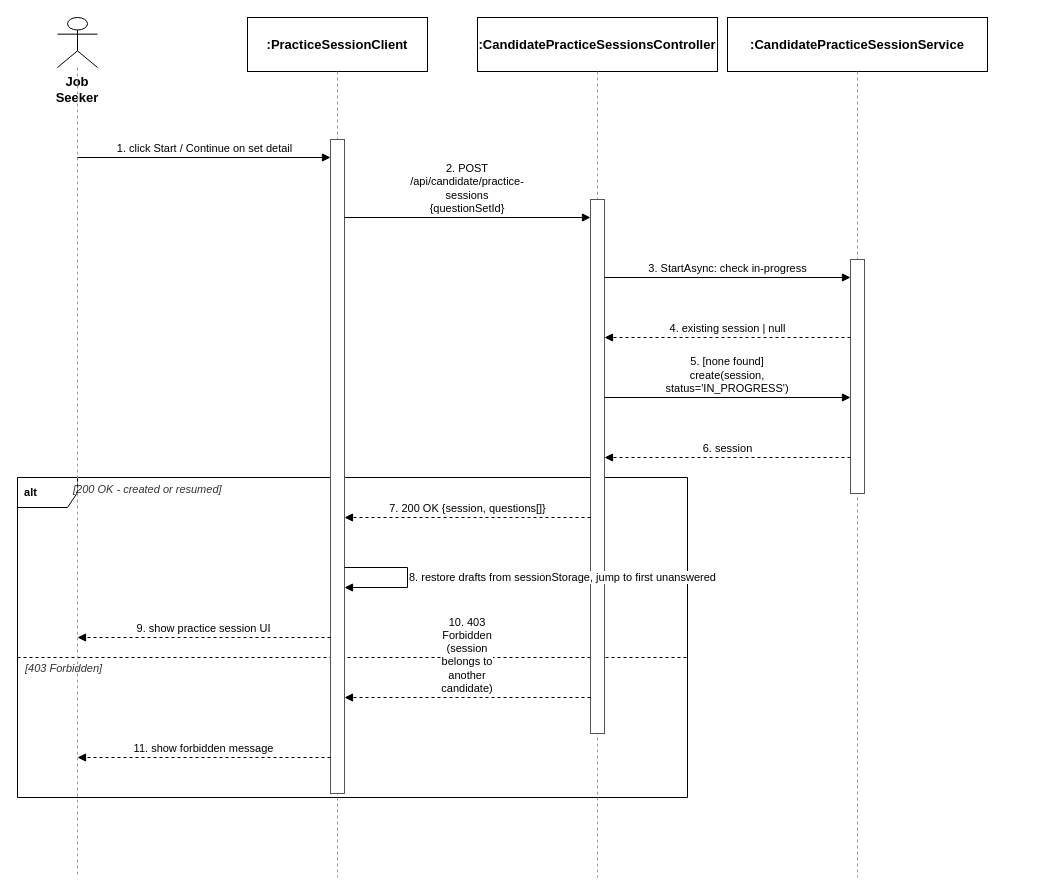
Above: docs/qa/Tu_SequenceDiagram/05_Start_Practice_Session.drawio in tulklk/AI_Interview_Question_Generation_RAG_LLM_FE (draw.io), before the change. Source tidied: cells renumbered, new cells numbered last; positions are measured from the earlier drawing's top-left corner, leaving out a move shared by most shapes. Both pictures are drawn from the tidied source at 100%, with x=0, y=0 at pixel (17, 17).
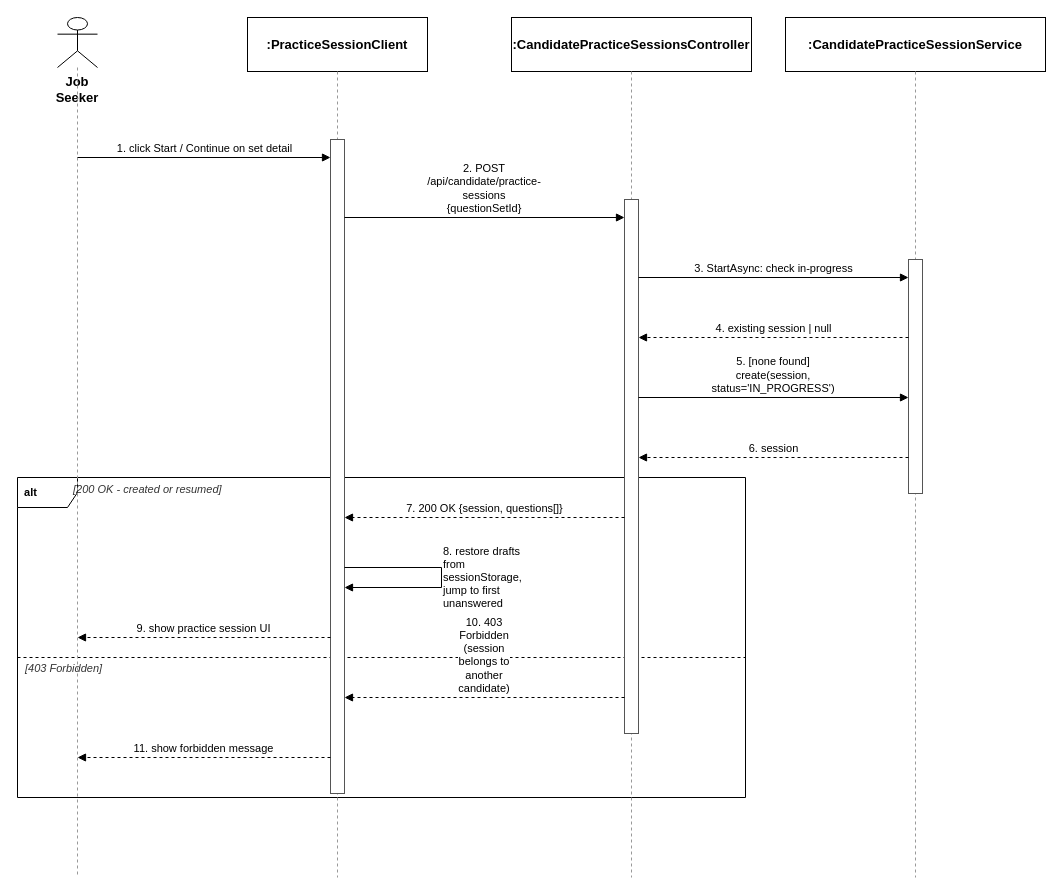
Above is the later version.

The edit, as a diff of the source:
```diff
@@
     <mxCell id="2" value="&lt;b&gt;&amp;nbsp;alt&amp;nbsp;&lt;/b&gt;" style="shape=umlFrame;whiteSpace=wrap;html=1;align=left;verticalAlign=top;fontSize=11;spacingLeft=2;spacingTop=2;strokeColor=#000000;fillColor=none;" parent="1" vertex="1">
-      <mxGeometry y="460" width="670" height="320" as="geometry" />
+      <mxGeometry y="460" width="728" height="320" as="geometry" />
     </mxCell>
     <mxCell id="3" value="[200 OK - created or resumed]" style="text;html=1;align=left;verticalAlign=middle;fontSize=11;fontColor=#333333;fontStyle=2;" parent="1" vertex="1">
-      <mxGeometry x="54" y="462" width="610" height="20" as="geometry" />
+      <mxGeometry x="54" y="462" width="668" height="20" as="geometry" />
     </mxCell>
     <mxCell id="4" style="endArrow=none;dashed=1;html=1;strokeColor=#000000;" parent="1" edge="1">
       <mxGeometry relative="1" as="geometry">
         <mxPoint y="640" as="sourcePoint" />
-        <mxPoint x="670" y="640" as="targetPoint" />
+        <mxPoint x="728" y="640" as="targetPoint" />
       </mxGeometry>
     </mxCell>
     <mxCell id="5" value="[403 Forbidden]" style="text;html=1;align=left;verticalAlign=middle;fontSize=11;fontColor=#333333;fontStyle=2;" parent="1" vertex="1">
-      <mxGeometry x="6" y="642" width="658" height="18" as="geometry" />
+      <mxGeometry x="6" y="642" width="716" height="18" as="geometry" />
     </mxCell>
@@
     <mxCell id="10" value=":CandidatePracticeSessionsController" style="rounded=0;whiteSpace=wrap;html=1;fontSize=13;fillColor=#ffffff;strokeColor=#000000;fontStyle=1;" parent="1" vertex="1">
-      <mxGeometry x="460" width="240" height="54" as="geometry" />
+      <mxGeometry x="494" width="240" height="54" as="geometry" />
     </mxCell>
     <mxCell id="11" style="endArrow=none;dashed=1;html=1;strokeColor=#999999;" parent="1" edge="1">
       <mxGeometry relative="1" as="geometry">
-        <mxPoint x="580" y="54" as="sourcePoint" />
-        <mxPoint x="580" y="860" as="targetPoint" />
+        <mxPoint x="614" y="54" as="sourcePoint" />
+        <mxPoint x="614" y="860" as="targetPoint" />
       </mxGeometry>
     </mxCell>
     <mxCell id="12" value=":CandidatePracticeSessionService" style="rounded=0;whiteSpace=wrap;html=1;fontSize=13;fillColor=#ffffff;strokeColor=#000000;fontStyle=1;" parent="1" vertex="1">
-      <mxGeometry x="710" width="260" height="54" as="geometry" />
+      <mxGeometry x="768" width="260" height="54" as="geometry" />
     </mxCell>
     <mxCell id="13" style="endArrow=none;dashed=1;html=1;strokeColor=#999999;" parent="1" edge="1">
       <mxGeometry relative="1" as="geometry">
-        <mxPoint x="840" y="54" as="sourcePoint" />
-        <mxPoint x="840" y="860" as="targetPoint" />
+        <mxPoint x="898" y="54" as="sourcePoint" />
+        <mxPoint x="898" y="860" as="targetPoint" />
       </mxGeometry>
     </mxCell>
@@
     <mxCell id="15" style="rounded=0;whiteSpace=wrap;html=1;fillColor=#ffffff;strokeColor=#555555;" parent="1" vertex="1">
-      <mxGeometry x="573" y="182" width="14" height="534" as="geometry" />
+      <mxGeometry x="607" y="182" width="14" height="534" as="geometry" />
     </mxCell>
     <mxCell id="16" style="rounded=0;whiteSpace=wrap;html=1;fillColor=#ffffff;strokeColor=#555555;" parent="1" vertex="1">
-      <mxGeometry x="833" y="242" width="14" height="234" as="geometry" />
+      <mxGeometry x="891" y="242" width="14" height="234" as="geometry" />
     </mxCell>
@@
     <mxCell id="18" value="2. POST /api/candidate/practice-sessions {questionSetId}" style="endArrow=block;endFill=1;html=1;whiteSpace=wrap;fontSize=11;align=center;verticalAlign=bottom;labelBackgroundColor=#ffffff;strokeColor=#000000;" parent="1" edge="1">
       <mxGeometry relative="1" as="geometry">
         <mxPoint x="327" y="200" as="sourcePoint" />
-        <mxPoint x="573" y="200" as="targetPoint" />
+        <mxPoint x="607" y="200" as="targetPoint" />
       </mxGeometry>
     </mxCell>
     <mxCell id="19" value="3. StartAsync: check in-progress" style="endArrow=block;endFill=1;html=1;fontSize=11;align=center;verticalAlign=bottom;labelBackgroundColor=#ffffff;strokeColor=#000000;" parent="1" edge="1">
       <mxGeometry relative="1" as="geometry">
-        <mxPoint x="587" y="260" as="sourcePoint" />
-        <mxPoint x="833" y="260" as="targetPoint" />
+        <mxPoint x="621" y="260" as="sourcePoint" />
+        <mxPoint x="891" y="260" as="targetPoint" />
       </mxGeometry>
     </mxCell>
     <mxCell id="20" value="4. existing session | null" style="endArrow=block;endFill=1;html=1;dashed=1;fontSize=11;align=center;verticalAlign=bottom;labelBackgroundColor=#ffffff;strokeColor=#000000;" parent="1" edge="1">
       <mxGeometry relative="1" as="geometry">
-        <mxPoint x="833" y="320" as="sourcePoint" />
-        <mxPoint x="587" y="320" as="targetPoint" />
+        <mxPoint x="891" y="320" as="sourcePoint" />
+        <mxPoint x="621" y="320" as="targetPoint" />
       </mxGeometry>
     </mxCell>
     <mxCell id="21" value="5. [none found] create(session, status='IN_PROGRESS')" style="endArrow=block;endFill=1;html=1;whiteSpace=wrap;fontSize=11;align=center;verticalAlign=bottom;labelBackgroundColor=#ffffff;strokeColor=#000000;" parent="1" edge="1">
       <mxGeometry relative="1" as="geometry">
-        <mxPoint x="587" y="380" as="sourcePoint" />
-        <mxPoint x="833" y="380" as="targetPoint" />
+        <mxPoint x="621" y="380" as="sourcePoint" />
+        <mxPoint x="891" y="380" as="targetPoint" />
       </mxGeometry>
     </mxCell>
     <mxCell id="22" value="6. session" style="endArrow=block;endFill=1;html=1;dashed=1;fontSize=11;align=center;verticalAlign=bottom;labelBackgroundColor=#ffffff;strokeColor=#000000;" parent="1" edge="1">
       <mxGeometry relative="1" as="geometry">
-        <mxPoint x="833" y="440" as="sourcePoint" />
-        <mxPoint x="587" y="440" as="targetPoint" />
+        <mxPoint x="891" y="440" as="sourcePoint" />
+        <mxPoint x="621" y="440" as="targetPoint" />
       </mxGeometry>
     </mxCell>
     <mxCell id="23" value="7. 200 OK {session, questions[]}" style="endArrow=block;endFill=1;html=1;dashed=1;fontSize=11;align=center;verticalAlign=bottom;labelBackgroundColor=#ffffff;strokeColor=#000000;" parent="1" edge="1">
       <mxGeometry relative="1" as="geometry">
-        <mxPoint x="573" y="500" as="sourcePoint" />
+        <mxPoint x="607" y="500" as="sourcePoint" />
         <mxPoint x="327" y="500" as="targetPoint" />
       </mxGeometry>
     </mxCell>
-    <mxCell id="24" value="8. restore drafts from sessionStorage, jump to first unanswered" style="endArrow=block;endFill=1;html=1;fontSize=11;align=left;verticalAlign=middle;labelBackgroundColor=#ffffff;rounded=0;strokeColor=#000000;" parent="1" edge="1">
+    <mxCell id="24" value="8. restore drafts from sessionStorage, jump to first unanswered" style="endArrow=block;endFill=1;html=1;whiteSpace=wrap;fontSize=11;align=left;verticalAlign=middle;labelBackgroundColor=#ffffff;rounded=0;strokeColor=#000000;" parent="1" edge="1">
       <mxGeometry relative="1" as="geometry">
         <mxPoint x="327" y="550" as="sourcePoint" />
         <mxPoint x="327" y="570" as="targetPoint" />
         <Array as="points">
-          <mxPoint x="390" y="550" />
-          <mxPoint x="390" y="570" />
+          <mxPoint x="424" y="550" />
+          <mxPoint x="424" y="570" />
         </Array>
       </mxGeometry>
     </mxCell>
@@
     <mxCell id="26" value="10. 403 Forbidden (session belongs to another candidate)" style="endArrow=block;endFill=1;html=1;whiteSpace=wrap;dashed=1;fontSize=11;align=center;verticalAlign=bottom;labelBackgroundColor=#ffffff;strokeColor=#000000;" parent="1" edge="1">
       <mxGeometry relative="1" as="geometry">
-        <mxPoint x="573" y="680" as="sourcePoint" />
+        <mxPoint x="607" y="680" as="sourcePoint" />
         <mxPoint x="327" y="680" as="targetPoint" />
       </mxGeometry>
     </mxCell>
```
